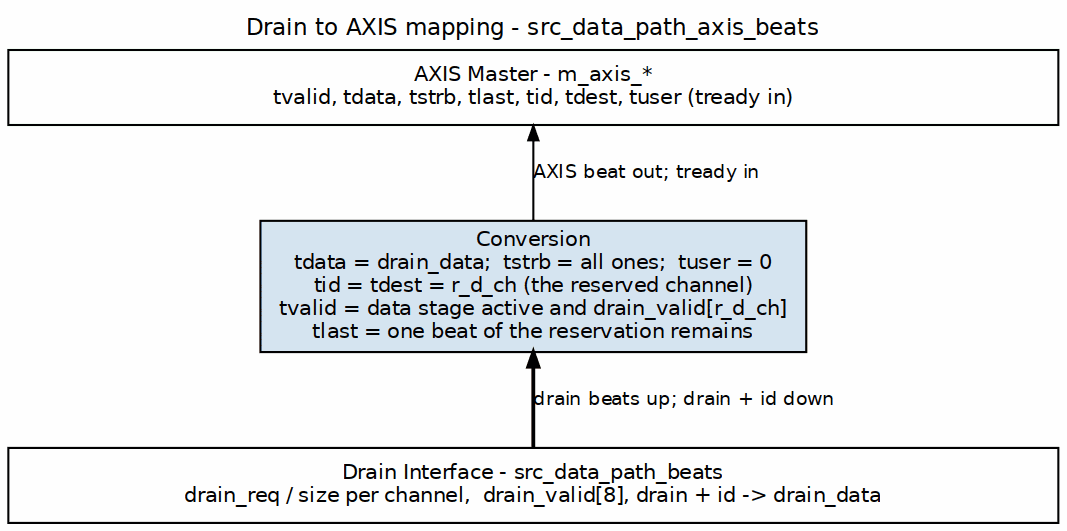
sean-galloway/RTLDesignSherpa keeps this Graphviz diagram as projects/components/dma-ip/rapids/docs/rapids_beats_mas/assets/graphviz/17b_drain_to_axis.png. Above is the earlier version. Its source is kept beside it as projects/components/dma-ip/rapids/docs/rapids_beats_mas/assets/graphviz/17b_drain_to_axis.dot. Source of this version:
```dot
digraph drain_to_axis {
    graph [rankdir=TB, bgcolor="white", fontname="Helvetica", fontsize=11,
           nodesep="0.50", ranksep="0.50", splines=ortho,
           label="Drain to AXIS mapping - src_data_path_axis_beats", labelloc=t, labeljust=c];
    node  [fontname="Helvetica", fontsize=10, shape=box, style=filled,
           fillcolor="#D6E4F0", color="black", margin="0.12,0.06"];
    edge  [fontname="Helvetica", fontsize=9, color="black", arrowsize=0.7];

    axis  [label="AXIS Master - m_axis_*\ntvalid, tdata, tstrb, tlast, tid, tdest, tuser (tready in)", fillcolor="white", width=7.0];
    conv  [label="Conversion\ntdata = drain_data;  tstrb = all ones;  tuser = 0\ntid = tdest = r_d_ch (the reserved channel)\ntvalid = data stage active and drain_valid[r_d_ch]\ntlast = one beat of the reservation remains"];
    drain [label="Drain Interface - src_data_path_beats\ndrain_req / size per channel,  drain_valid[8], drain + id -> drain_data", fillcolor="white", width=7.0];

    axis  -> conv  [dir=back, label="AXIS beat out; tready in"];
    conv  -> drain [dir=back, penwidth=1.8, label="drain beats up; drain + id down"];
}
```
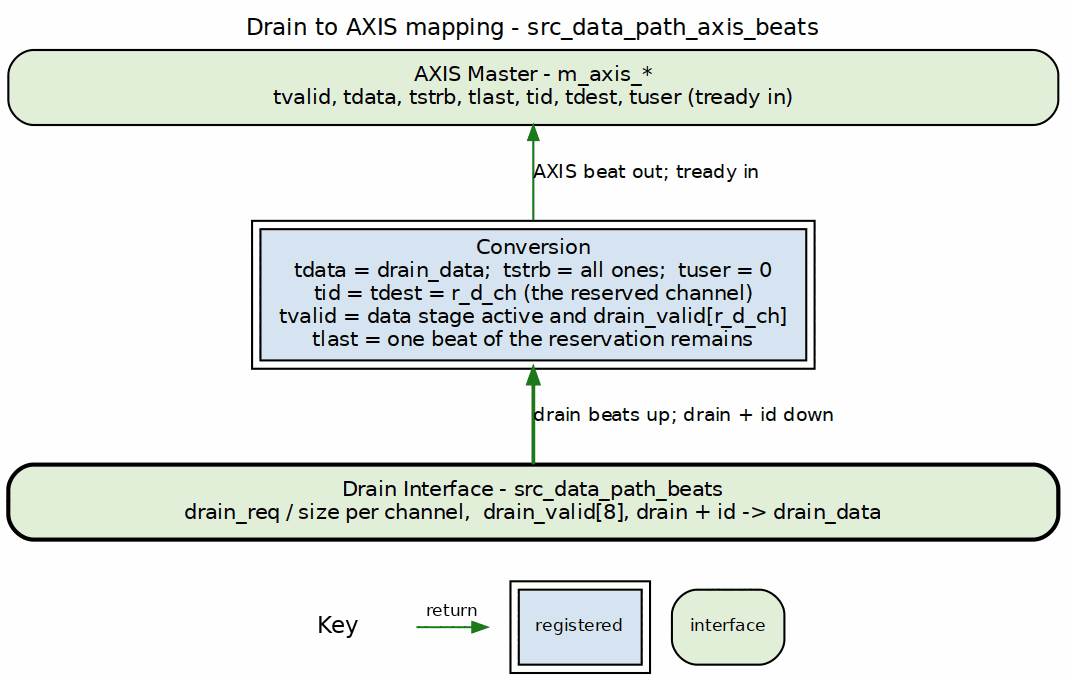
Above is the later version.

The edit, as a diff of the source:
```diff
@@ -3,13 +3,13 @@
            nodesep="0.50", ranksep="0.50", splines=ortho,
            label="Drain to AXIS mapping - src_data_path_axis_beats", labelloc=t, labeljust=c];
     node  [fontname="Helvetica", fontsize=10, shape=box, style=filled,
-           fillcolor="#D6E4F0", color="black", margin="0.12,0.06"];
+           fillcolor="white", color="black", margin="0.12,0.06"];
     edge  [fontname="Helvetica", fontsize=9, color="black", arrowsize=0.7];
 
-    axis  [label="AXIS Master - m_axis_*\ntvalid, tdata, tstrb, tlast, tid, tdest, tuser (tready in)", fillcolor="white", width=7.0];
-    conv  [label="Conversion\ntdata = drain_data;  tstrb = all ones;  tuser = 0\ntid = tdest = r_d_ch (the reserved channel)\ntvalid = data stage active and drain_valid[r_d_ch]\ntlast = one beat of the reservation remains"];
-    drain [label="Drain Interface - src_data_path_beats\ndrain_req / size per channel,  drain_valid[8], drain + id -> drain_data", fillcolor="white", width=7.0];
+    axis  [label="AXIS Master - m_axis_*\ntvalid, tdata, tstrb, tlast, tid, tdest, tuser (tready in)", fillcolor="white", width=7.0, style="rounded,filled", fillcolor="#E2EFDA"];
+    conv  [label="Conversion\ntdata = drain_data;  tstrb = all ones;  tuser = 0\ntid = tdest = r_d_ch (the reserved channel)\ntvalid = data stage active and drain_valid[r_d_ch]\ntlast = one beat of the reservation remains", peripheries=2, style="filled", fillcolor="#D6E4F0"];
+    drain [label="Drain Interface - src_data_path_beats\ndrain_req / size per channel,  drain_valid[8], drain + id -> drain_data", fillcolor="white", width=7.0, style="rounded,filled,bold", fillcolor="#E2EFDA"];
 
-    axis  -> conv  [dir=back, label="AXIS beat out; tready in"];
-    conv  -> drain [dir=back, penwidth=1.8, label="drain beats up; drain + id down"];
+    axis  -> conv  [color="#1A7A1A", dir=back, label="AXIS beat out; tready in"];
+    conv  -> drain [color="#1A7A1A", dir=back, penwidth=1.8, label="drain beats up; drain + id down"];
 }
```
